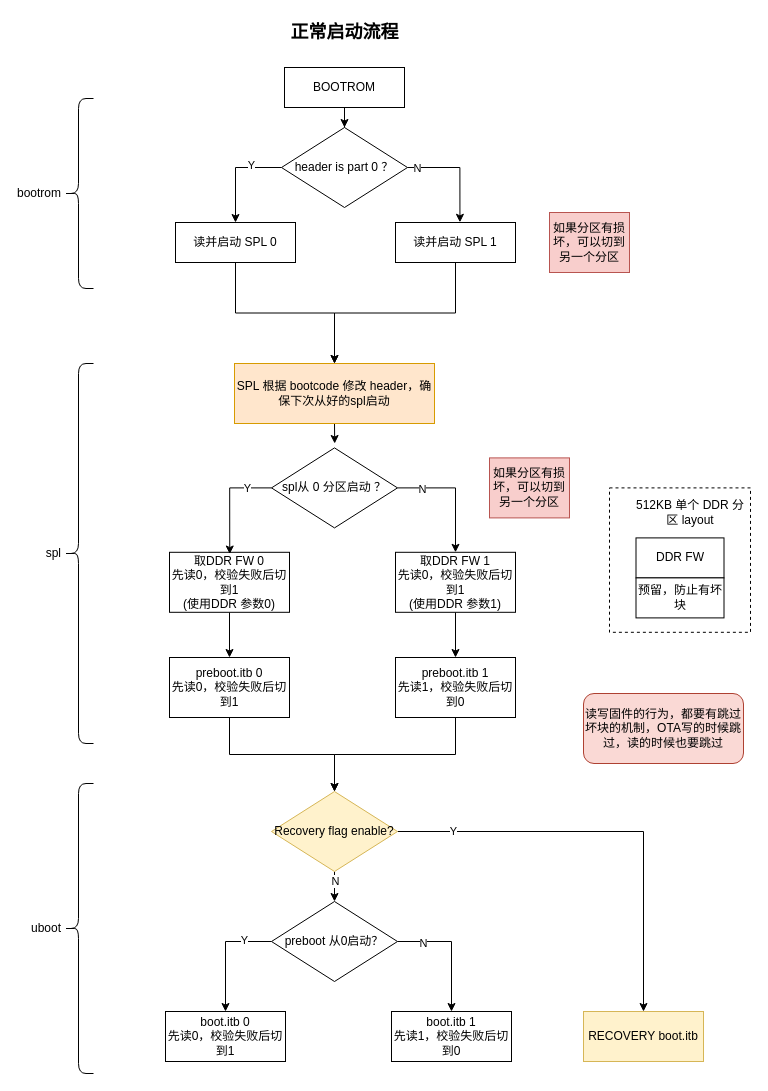
Above: page "第 2 页" (2 of 6) of NAND坏块管理和升级.drawio in wdhgit/drawio (draw.io), before the change. Source tidied: cells renumbered, new cells numbered last; positions are measured from the earlier drawing's top-left corner, leaving out a move shared by most shapes. Both pictures are drawn from the tidied source at 100%, with x=0, y=0 at pixel (63, 17).
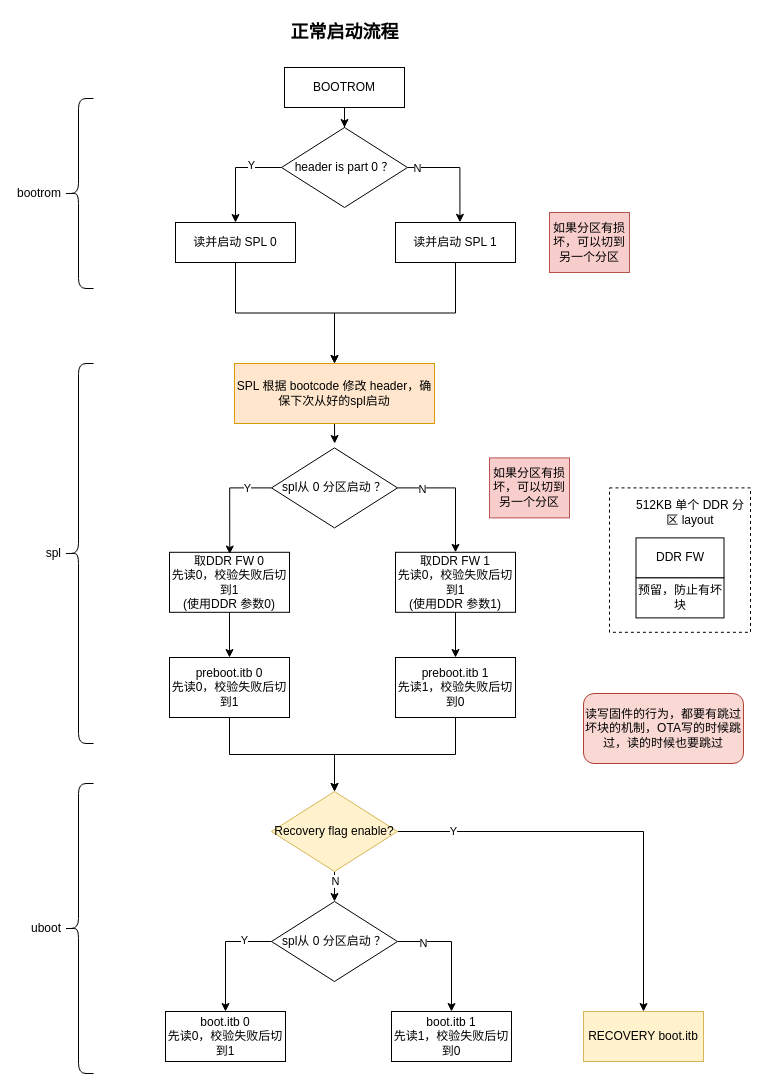
The same diagram, later.

Diff of the diagram source:
```diff
@@
-    <mxCell id="26" value="preboot 从0启动？" style="rhombus;whiteSpace=wrap;html=1;" parent="1" vertex="1">
+    <mxCell id="26" value="spl从 0 分区启动 ？" style="rhombus;whiteSpace=wrap;html=1;" parent="1" vertex="1">
       <mxGeometry x="208" y="884" width="126" height="80" as="geometry" />
     </mxCell>
```
